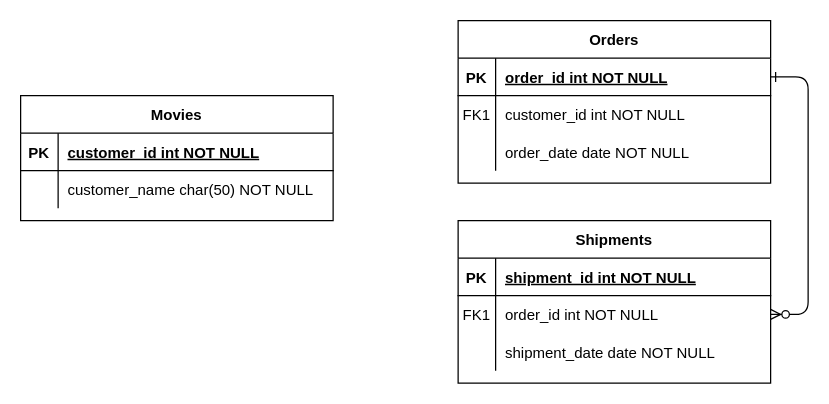
Earlier version of the draw.io diagram desenho_solucao/Modelagem_Tabelas.drawio (bproencampos/integration-flow-challenge). Source tidied: cells renumbered, new cells numbered last; positions are measured from the earlier drawing's top-left corner, leaving out a move shared by most shapes. Both pictures are drawn from the tidied source at 125%, with x=0, y=0 at pixel (20, 20).
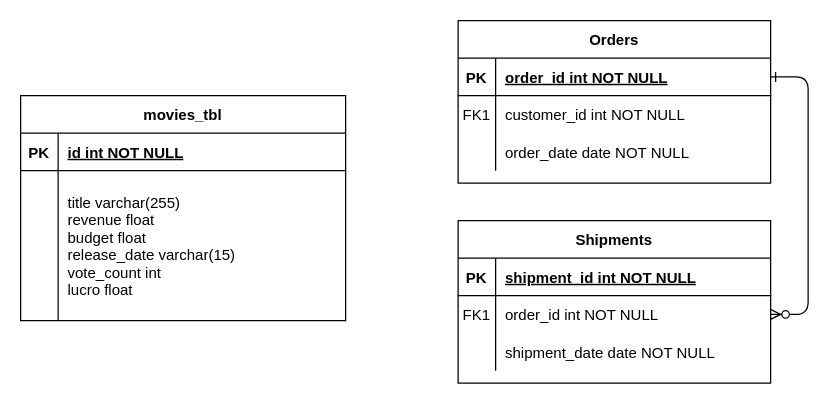
The same page after the edit.

What changed in the source:
```diff
@@
-    <mxCell id="23" value="Movies" style="shape=table;startSize=30;childLayout=tableLayout;rowLines=0;fontStyle=1;align=center;" parent="1" vertex="1">
-      <mxGeometry y="60" width="250" height="100" as="geometry" />
+    <mxCell id="23" value="movies_tbl" style="shape=table;startSize=30;childLayout=tableLayout;rowLines=0;fontStyle=1;align=center;" parent="1" vertex="1">
+      <mxGeometry y="60" width="260" height="180" as="geometry" />
     </mxCell>
     <mxCell id="24" style="shape=partialRectangle;fillColor=none;top=0;left=0;right=0;bottom=1;" parent="23" vertex="1">
-      <mxGeometry y="30" width="250" height="30" as="geometry" />
+      <mxGeometry y="30" width="260" height="30" as="geometry" />
     </mxCell>
@@
-    <mxCell id="26" value="customer_id int NOT NULL " style="shape=partialRectangle;overflow=hidden;fillColor=none;top=0;left=0;bottom=0;right=0;align=left;spacingLeft=6;fontStyle=5;" parent="24" vertex="1">
-      <mxGeometry x="30" width="220" height="30" as="geometry" />
+    <mxCell id="26" value="id int NOT NULL " style="shape=partialRectangle;overflow=hidden;fillColor=none;top=0;left=0;bottom=0;right=0;align=left;spacingLeft=6;fontStyle=5;" parent="24" vertex="1">
+      <mxGeometry x="30" width="230" height="30" as="geometry" />
     </mxCell>
     <mxCell id="27" style="shape=partialRectangle;fillColor=none;top=0;left=0;right=0;bottom=0;" parent="23" vertex="1">
-      <mxGeometry y="60" width="250" height="30" as="geometry" />
+      <mxGeometry y="60" width="260" height="120" as="geometry" />
     </mxCell>
     <mxCell id="28" style="shape=partialRectangle;overflow=hidden;fillColor=none;top=0;left=0;bottom=0;right=0;" parent="27" vertex="1">
-      <mxGeometry width="30" height="30" as="geometry" />
+      <mxGeometry width="30" height="120" as="geometry" />
     </mxCell>
-    <mxCell id="29" value="customer_name char(50) NOT NULL" style="shape=partialRectangle;overflow=hidden;fillColor=none;top=0;left=0;bottom=0;right=0;align=left;spacingLeft=6;" parent="27" vertex="1">
-      <mxGeometry x="30" width="220" height="30" as="geometry" />
+    <mxCell id="29" value="title varchar(255) &#10;revenue float&#10;budget float&#10;release_date varchar(15)&#10;vote_count int&#10;lucro float" style="shape=partialRectangle;overflow=hidden;fillColor=none;top=0;left=0;bottom=0;right=0;align=left;spacingLeft=6;" parent="27" vertex="1">
+      <mxGeometry x="30" width="230" height="120" as="geometry" />
     </mxCell>
```
